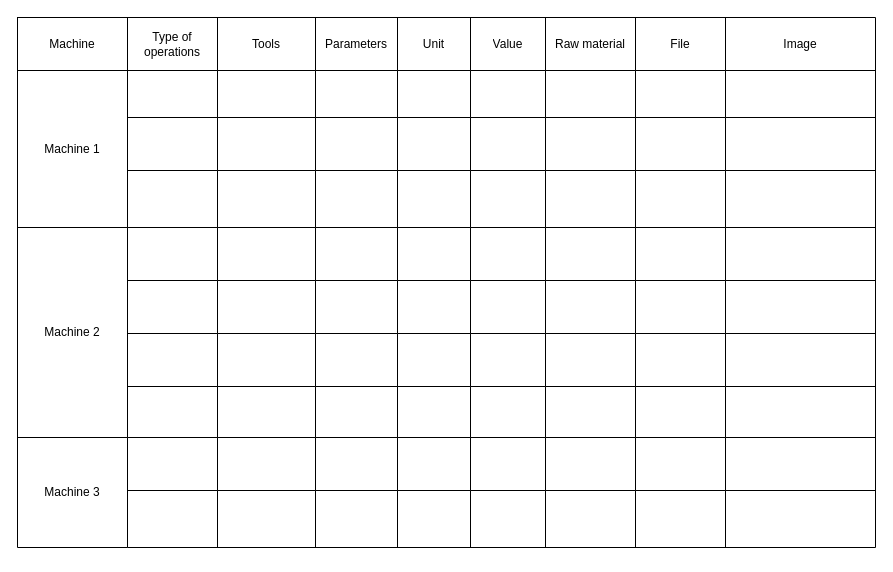
Before: Machining parameters.drawio in amerezoji1362/drawio-github, a draw.io diagram. Source tidied: cells renumbered, new cells numbered last; positions are measured from the earlier drawing's top-left corner, leaving out a move shared by most shapes. Both pictures are drawn from the tidied source at 100%, with x=0, y=0 at pixel (17, 17).
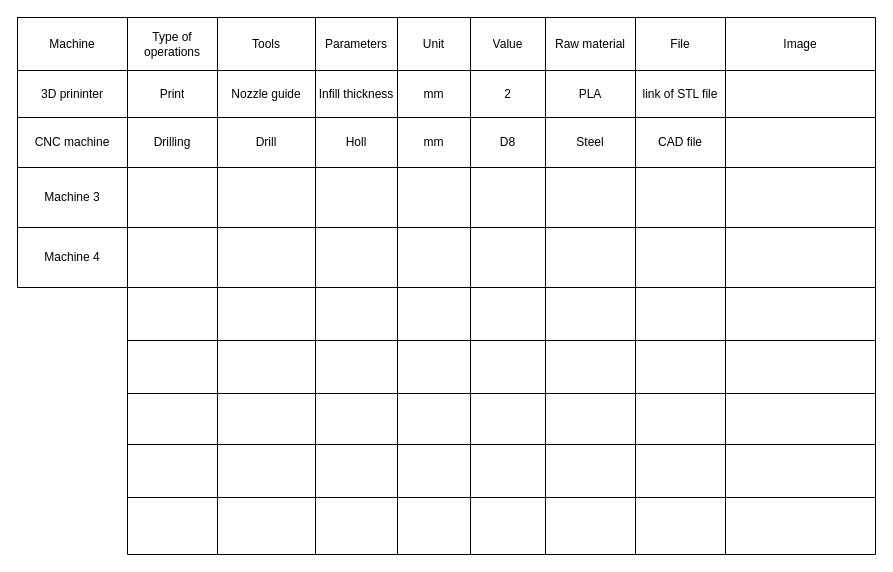
The same diagram, later.

Unchanged cells that the change refers to:
```xml
<mxCell id="15" style="shape=partialRectangle;fillColor=none;top=0;left=0;bottom=0;right=0;" parent="5" vertex="1">
  <mxGeometry y="53" width="748" height="47" as="geometry" />
</mxCell>
```

The edit, as a diff of the source:
```diff
@@
     <mxCell id="2" style="shape=table;startSize=0;childLayout=tableLayout;" parent="1" vertex="1">
-      <mxGeometry y="53" width="110" height="157" as="geometry" />
+      <mxGeometry y="53" width="110" height="47" as="geometry" />
     </mxCell>
     <mxCell id="3" style="shape=partialRectangle;fillColor=none;top=0;left=0;bottom=0;right=0;" parent="2" vertex="1">
-      <mxGeometry width="110" height="157" as="geometry" />
+      <mxGeometry width="110" height="47" as="geometry" />
     </mxCell>
-    <mxCell id="4" value="Machine 1" style="shape=partialRectangle;html=1;whiteSpace=wrap;overflow=hidden;fillColor=none;top=0;left=0;bottom=0;right=0;" parent="3" vertex="1">
-      <mxGeometry width="110" height="157" as="geometry" />
+    <mxCell id="4" value="3D prininter" style="shape=partialRectangle;html=1;whiteSpace=wrap;overflow=hidden;fillColor=none;top=0;left=0;bottom=0;right=0;" parent="3" vertex="1">
+      <mxGeometry width="110" height="47" as="geometry" />
     </mxCell>
     <mxCell id="5" style="shape=table;startSize=0;childLayout=tableLayout;" parent="1" vertex="1">
-      <mxGeometry x="110" width="748" height="530" as="geometry" />
+      <mxGeometry x="110" width="748" height="537" as="geometry" />
     </mxCell>
@@
-    <mxCell id="16" style="shape=partialRectangle;html=1;whiteSpace=wrap;overflow=hidden;fillColor=none;top=0;left=0;bottom=0;right=0;" parent="15" vertex="1">
+    <mxCell id="16" value="Print" style="shape=partialRectangle;html=1;whiteSpace=wrap;overflow=hidden;fillColor=none;top=0;left=0;bottom=0;right=0;" parent="15" vertex="1">
       <mxGeometry width="90" height="47" as="geometry" />
     </mxCell>
-    <mxCell id="17" style="shape=partialRectangle;html=1;whiteSpace=wrap;overflow=hidden;fillColor=none;top=0;left=0;bottom=0;right=0;" parent="15" vertex="1">
+    <mxCell id="17" value="Nozzle guide" style="shape=partialRectangle;html=1;whiteSpace=wrap;overflow=hidden;fillColor=none;top=0;left=0;bottom=0;right=0;" parent="15" vertex="1">
       <mxGeometry x="90" width="98" height="47" as="geometry" />
     </mxCell>
-    <mxCell id="18" style="shape=partialRectangle;html=1;whiteSpace=wrap;overflow=hidden;fillColor=none;top=0;left=0;bottom=0;right=0;" parent="15" vertex="1">
+    <mxCell id="18" value="Infill thickness" style="shape=partialRectangle;html=1;whiteSpace=wrap;overflow=hidden;fillColor=none;top=0;left=0;bottom=0;right=0;" parent="15" vertex="1">
       <mxGeometry x="188" width="82" height="47" as="geometry" />
     </mxCell>
-    <mxCell id="19" style="shape=partialRectangle;html=1;whiteSpace=wrap;overflow=hidden;fillColor=none;top=0;left=0;bottom=0;right=0;" parent="15" vertex="1">
+    <mxCell id="19" value="mm" style="shape=partialRectangle;html=1;whiteSpace=wrap;overflow=hidden;fillColor=none;top=0;left=0;bottom=0;right=0;" parent="15" vertex="1">
       <mxGeometry x="270" width="73" height="47" as="geometry" />
     </mxCell>
-    <mxCell id="20" style="shape=partialRectangle;html=1;whiteSpace=wrap;overflow=hidden;fillColor=none;top=0;left=0;bottom=0;right=0;" parent="15" vertex="1">
+    <mxCell id="20" value="2" style="shape=partialRectangle;html=1;whiteSpace=wrap;overflow=hidden;fillColor=none;top=0;left=0;bottom=0;right=0;" parent="15" vertex="1">
       <mxGeometry x="343" width="75" height="47" as="geometry" />
     </mxCell>
-    <mxCell id="21" style="shape=partialRectangle;html=1;whiteSpace=wrap;overflow=hidden;fillColor=none;top=0;left=0;bottom=0;right=0;" parent="15" vertex="1">
+    <mxCell id="21" value="PLA" style="shape=partialRectangle;html=1;whiteSpace=wrap;overflow=hidden;fillColor=none;top=0;left=0;bottom=0;right=0;" parent="15" vertex="1">
       <mxGeometry x="418" width="90" height="47" as="geometry" />
     </mxCell>
-    <mxCell id="22" style="shape=partialRectangle;html=1;whiteSpace=wrap;overflow=hidden;fillColor=none;top=0;left=0;bottom=0;right=0;" parent="15" vertex="1">
+    <mxCell id="22" value="link of STL file" style="shape=partialRectangle;html=1;whiteSpace=wrap;overflow=hidden;fillColor=none;top=0;left=0;bottom=0;right=0;" parent="15" vertex="1">
       <mxGeometry x="508" width="90" height="47" as="geometry" />
     </mxCell>
@@
     <mxCell id="24" style="shape=partialRectangle;fillColor=none;top=0;left=0;bottom=0;right=0;" parent="5" vertex="1">
-      <mxGeometry y="100" width="748" height="53" as="geometry" />
+      <mxGeometry y="100" width="748" height="50" as="geometry" />
     </mxCell>
-    <mxCell id="25" style="shape=partialRectangle;html=1;whiteSpace=wrap;overflow=hidden;fillColor=none;top=0;left=0;bottom=0;right=0;" parent="24" vertex="1">
-      <mxGeometry width="90" height="53" as="geometry" />
+    <mxCell id="25" value="Drilling " style="shape=partialRectangle;html=1;whiteSpace=wrap;overflow=hidden;fillColor=none;top=0;left=0;bottom=0;right=0;" parent="24" vertex="1">
+      <mxGeometry width="90" height="50" as="geometry" />
     </mxCell>
-    <mxCell id="26" style="shape=partialRectangle;html=1;whiteSpace=wrap;overflow=hidden;fillColor=none;top=0;left=0;bottom=0;right=0;" parent="24" vertex="1">
-      <mxGeometry x="90" width="98" height="53" as="geometry" />
+    <mxCell id="26" value="Drill" style="shape=partialRectangle;html=1;whiteSpace=wrap;overflow=hidden;fillColor=none;top=0;left=0;bottom=0;right=0;" parent="24" vertex="1">
+      <mxGeometry x="90" width="98" height="50" as="geometry" />
     </mxCell>
-    <mxCell id="27" style="shape=partialRectangle;html=1;whiteSpace=wrap;overflow=hidden;fillColor=none;top=0;left=0;bottom=0;right=0;" parent="24" vertex="1">
-      <mxGeometry x="188" width="82" height="53" as="geometry" />
+    <mxCell id="27" value="Holl" style="shape=partialRectangle;html=1;whiteSpace=wrap;overflow=hidden;fillColor=none;top=0;left=0;bottom=0;right=0;" parent="24" vertex="1">
+      <mxGeometry x="188" width="82" height="50" as="geometry" />
     </mxCell>
-    <mxCell id="28" style="shape=partialRectangle;html=1;whiteSpace=wrap;overflow=hidden;fillColor=none;top=0;left=0;bottom=0;right=0;" parent="24" vertex="1">
-      <mxGeometry x="270" width="73" height="53" as="geometry" />
+    <mxCell id="28" value="mm" style="shape=partialRectangle;html=1;whiteSpace=wrap;overflow=hidden;fillColor=none;top=0;left=0;bottom=0;right=0;" parent="24" vertex="1">
+      <mxGeometry x="270" width="73" height="50" as="geometry" />
     </mxCell>
-    <mxCell id="29" style="shape=partialRectangle;html=1;whiteSpace=wrap;overflow=hidden;fillColor=none;top=0;left=0;bottom=0;right=0;" parent="24" vertex="1">
-      <mxGeometry x="343" width="75" height="53" as="geometry" />
+    <mxCell id="29" value="D8" style="shape=partialRectangle;html=1;whiteSpace=wrap;overflow=hidden;fillColor=none;top=0;left=0;bottom=0;right=0;" parent="24" vertex="1">
+      <mxGeometry x="343" width="75" height="50" as="geometry" />
     </mxCell>
-    <mxCell id="30" style="shape=partialRectangle;html=1;whiteSpace=wrap;overflow=hidden;fillColor=none;top=0;left=0;bottom=0;right=0;" parent="24" vertex="1">
-      <mxGeometry x="418" width="90" height="53" as="geometry" />
+    <mxCell id="30" value="Steel" style="shape=partialRectangle;html=1;whiteSpace=wrap;overflow=hidden;fillColor=none;top=0;left=0;bottom=0;right=0;" parent="24" vertex="1">
+      <mxGeometry x="418" width="90" height="50" as="geometry" />
     </mxCell>
-    <mxCell id="31" style="shape=partialRectangle;html=1;whiteSpace=wrap;overflow=hidden;fillColor=none;top=0;left=0;bottom=0;right=0;" parent="24" vertex="1">
-      <mxGeometry x="508" width="90" height="53" as="geometry" />
+    <mxCell id="31" value="CAD file" style="shape=partialRectangle;html=1;whiteSpace=wrap;overflow=hidden;fillColor=none;top=0;left=0;bottom=0;right=0;" parent="24" vertex="1">
+      <mxGeometry x="508" width="90" height="50" as="geometry" />
     </mxCell>
     <mxCell id="32" style="shape=partialRectangle;html=1;whiteSpace=wrap;overflow=hidden;fillColor=none;top=0;left=0;bottom=0;right=0;" parent="24" vertex="1">
-      <mxGeometry x="598" width="150" height="53" as="geometry" />
+      <mxGeometry x="598" width="150" height="50" as="geometry" />
     </mxCell>
     <mxCell id="33" style="shape=partialRectangle;fillColor=none;top=0;left=0;bottom=0;right=0;" parent="5" vertex="1">
-      <mxGeometry y="153" width="748" height="57" as="geometry" />
+      <mxGeometry y="150" width="748" height="60" as="geometry" />
     </mxCell>
     <mxCell id="34" style="shape=partialRectangle;html=1;whiteSpace=wrap;overflow=hidden;fillColor=none;top=0;left=0;bottom=0;right=0;" parent="33" vertex="1">
-      <mxGeometry width="90" height="57" as="geometry" />
+      <mxGeometry width="90" height="60" as="geometry" />
     </mxCell>
     <mxCell id="35" style="shape=partialRectangle;html=1;whiteSpace=wrap;overflow=hidden;fillColor=none;top=0;left=0;bottom=0;right=0;" parent="33" vertex="1">
-      <mxGeometry x="90" width="98" height="57" as="geometry" />
+      <mxGeometry x="90" width="98" height="60" as="geometry" />
     </mxCell>
     <mxCell id="36" style="shape=partialRectangle;html=1;whiteSpace=wrap;overflow=hidden;fillColor=none;top=0;left=0;bottom=0;right=0;" parent="33" vertex="1">
-      <mxGeometry x="188" width="82" height="57" as="geometry" />
+      <mxGeometry x="188" width="82" height="60" as="geometry" />
     </mxCell>
     <mxCell id="37" style="shape=partialRectangle;html=1;whiteSpace=wrap;overflow=hidden;fillColor=none;top=0;left=0;bottom=0;right=0;" parent="33" vertex="1">
-      <mxGeometry x="270" width="73" height="57" as="geometry" />
+      <mxGeometry x="270" width="73" height="60" as="geometry" />
     </mxCell>
     <mxCell id="38" style="shape=partialRectangle;html=1;whiteSpace=wrap;overflow=hidden;fillColor=none;top=0;left=0;bottom=0;right=0;" parent="33" vertex="1">
-      <mxGeometry x="343" width="75" height="57" as="geometry" />
+      <mxGeometry x="343" width="75" height="60" as="geometry" />
     </mxCell>
     <mxCell id="39" style="shape=partialRectangle;html=1;whiteSpace=wrap;overflow=hidden;fillColor=none;top=0;left=0;bottom=0;right=0;" parent="33" vertex="1">
-      <mxGeometry x="418" width="90" height="57" as="geometry" />
+      <mxGeometry x="418" width="90" height="60" as="geometry" />
     </mxCell>
     <mxCell id="40" style="shape=partialRectangle;html=1;whiteSpace=wrap;overflow=hidden;fillColor=none;top=0;left=0;bottom=0;right=0;" parent="33" vertex="1">
-      <mxGeometry x="508" width="90" height="57" as="geometry" />
+      <mxGeometry x="508" width="90" height="60" as="geometry" />
     </mxCell>
     <mxCell id="41" style="shape=partialRectangle;html=1;whiteSpace=wrap;overflow=hidden;fillColor=none;top=0;left=0;bottom=0;right=0;" parent="33" vertex="1">
-      <mxGeometry x="598" width="150" height="57" as="geometry" />
+      <mxGeometry x="598" width="150" height="60" as="geometry" />
     </mxCell>
     <mxCell id="42" style="shape=partialRectangle;fillColor=none;top=0;left=0;bottom=0;right=0;" parent="5" vertex="1">
-      <mxGeometry y="210" width="748" height="53" as="geometry" />
+      <mxGeometry y="210" width="748" height="60" as="geometry" />
     </mxCell>
     <mxCell id="43" style="shape=partialRectangle;html=1;whiteSpace=wrap;overflow=hidden;fillColor=none;top=0;left=0;bottom=0;right=0;" parent="42" vertex="1">
-      <mxGeometry width="90" height="53" as="geometry" />
+      <mxGeometry width="90" height="60" as="geometry" />
     </mxCell>
     <mxCell id="44" style="shape=partialRectangle;html=1;whiteSpace=wrap;overflow=hidden;fillColor=none;top=0;left=0;bottom=0;right=0;" parent="42" vertex="1">
-      <mxGeometry x="90" width="98" height="53" as="geometry" />
+      <mxGeometry x="90" width="98" height="60" as="geometry" />
     </mxCell>
     <mxCell id="45" style="shape=partialRectangle;html=1;whiteSpace=wrap;overflow=hidden;fillColor=none;top=0;left=0;bottom=0;right=0;" parent="42" vertex="1">
-      <mxGeometry x="188" width="82" height="53" as="geometry" />
+      <mxGeometry x="188" width="82" height="60" as="geometry" />
     </mxCell>
     <mxCell id="46" style="shape=partialRectangle;html=1;whiteSpace=wrap;overflow=hidden;fillColor=none;top=0;left=0;bottom=0;right=0;" parent="42" vertex="1">
-      <mxGeometry x="270" width="73" height="53" as="geometry" />
+      <mxGeometry x="270" width="73" height="60" as="geometry" />
     </mxCell>
     <mxCell id="47" style="shape=partialRectangle;html=1;whiteSpace=wrap;overflow=hidden;fillColor=none;top=0;left=0;bottom=0;right=0;" parent="42" vertex="1">
-      <mxGeometry x="343" width="75" height="53" as="geometry" />
+      <mxGeometry x="343" width="75" height="60" as="geometry" />
     </mxCell>
     <mxCell id="48" style="shape=partialRectangle;html=1;whiteSpace=wrap;overflow=hidden;fillColor=none;top=0;left=0;bottom=0;right=0;" parent="42" vertex="1">
-      <mxGeometry x="418" width="90" height="53" as="geometry" />
+      <mxGeometry x="418" width="90" height="60" as="geometry" />
     </mxCell>
     <mxCell id="49" style="shape=partialRectangle;html=1;whiteSpace=wrap;overflow=hidden;fillColor=none;top=0;left=0;bottom=0;right=0;" parent="42" vertex="1">
-      <mxGeometry x="508" width="90" height="53" as="geometry" />
+      <mxGeometry x="508" width="90" height="60" as="geometry" />
     </mxCell>
     <mxCell id="50" style="shape=partialRectangle;html=1;whiteSpace=wrap;overflow=hidden;fillColor=none;top=0;left=0;bottom=0;right=0;" parent="42" vertex="1">
-      <mxGeometry x="598" width="150" height="53" as="geometry" />
+      <mxGeometry x="598" width="150" height="60" as="geometry" />
     </mxCell>
     <mxCell id="51" style="shape=partialRectangle;fillColor=none;top=0;left=0;bottom=0;right=0;" parent="5" vertex="1">
-      <mxGeometry y="263" width="748" height="53" as="geometry" />
+      <mxGeometry y="270" width="748" height="53" as="geometry" />
     </mxCell>
@@
     <mxCell id="60" style="shape=partialRectangle;fillColor=none;top=0;left=0;bottom=0;right=0;" parent="5" vertex="1">
-      <mxGeometry y="316" width="748" height="53" as="geometry" />
+      <mxGeometry y="323" width="748" height="53" as="geometry" />
     </mxCell>
@@
     <mxCell id="69" style="shape=partialRectangle;fillColor=none;top=0;left=0;bottom=0;right=0;" parent="5" vertex="1">
-      <mxGeometry y="369" width="748" height="51" as="geometry" />
+      <mxGeometry y="376" width="748" height="51" as="geometry" />
     </mxCell>
@@
     <mxCell id="78" style="shape=partialRectangle;fillColor=none;top=0;left=0;bottom=0;right=0;" parent="5" vertex="1">
-      <mxGeometry y="420" width="748" height="53" as="geometry" />
+      <mxGeometry y="427" width="748" height="53" as="geometry" />
     </mxCell>
@@
     <mxCell id="87" style="shape=partialRectangle;fillColor=none;top=0;left=0;bottom=0;right=0;" parent="5" vertex="1">
-      <mxGeometry y="473" width="748" height="57" as="geometry" />
+      <mxGeometry y="480" width="748" height="57" as="geometry" />
     </mxCell>
@@
     <mxCell id="97" style="shape=table;startSize=0;childLayout=tableLayout;" parent="1" vertex="1">
-      <mxGeometry y="210" width="110" height="210" as="geometry" />
+      <mxGeometry y="100" width="110" height="50" as="geometry" />
     </mxCell>
     <mxCell id="98" style="shape=partialRectangle;fillColor=none;top=0;left=0;bottom=0;right=0;" parent="97" vertex="1">
-      <mxGeometry width="110" height="210" as="geometry" />
+      <mxGeometry width="110" height="50" as="geometry" />
     </mxCell>
-    <mxCell id="99" value="Machine 2" style="shape=partialRectangle;html=1;whiteSpace=wrap;overflow=hidden;fillColor=none;top=0;left=0;bottom=0;right=0;" parent="98" vertex="1">
-      <mxGeometry width="110" height="210" as="geometry" />
+    <mxCell id="99" value="CNC machine" style="shape=partialRectangle;html=1;whiteSpace=wrap;overflow=hidden;fillColor=none;top=0;left=0;bottom=0;right=0;" parent="98" vertex="1">
+      <mxGeometry width="110" height="50" as="geometry" />
     </mxCell>
     <mxCell id="100" style="shape=table;startSize=0;childLayout=tableLayout;" parent="1" vertex="1">
-      <mxGeometry y="420" width="110" height="110" as="geometry" />
+      <mxGeometry y="150" width="110" height="60" as="geometry" />
     </mxCell>
     <mxCell id="101" style="shape=partialRectangle;fillColor=none;top=0;left=0;bottom=0;right=0;" parent="100" vertex="1">
-      <mxGeometry width="110" height="110" as="geometry" />
+      <mxGeometry width="110" height="60" as="geometry" />
     </mxCell>
     <mxCell id="102" value="Machine 3" style="shape=partialRectangle;html=1;whiteSpace=wrap;overflow=hidden;fillColor=none;top=0;left=0;bottom=0;right=0;" parent="101" vertex="1">
-      <mxGeometry width="110" height="110" as="geometry" />
+      <mxGeometry width="110" height="60" as="geometry" />
     </mxCell>
+    <mxCell id="103" style="shape=table;startSize=0;childLayout=tableLayout;" parent="1" vertex="1">
+      <mxGeometry y="210" width="110" height="60" as="geometry" />
+    </mxCell>
+    <mxCell id="104" style="shape=partialRectangle;fillColor=none;top=0;left=0;bottom=0;right=0;" parent="103" vertex="1">
+      <mxGeometry width="110" height="60" as="geometry" />
+    </mxCell>
+    <mxCell id="105" value="Machine 4" style="shape=partialRectangle;html=1;whiteSpace=wrap;overflow=hidden;fillColor=none;top=0;left=0;bottom=0;right=0;" parent="104" vertex="1">
+      <mxGeometry width="110" height="60" as="geometry" />
+    </mxCell>
```
